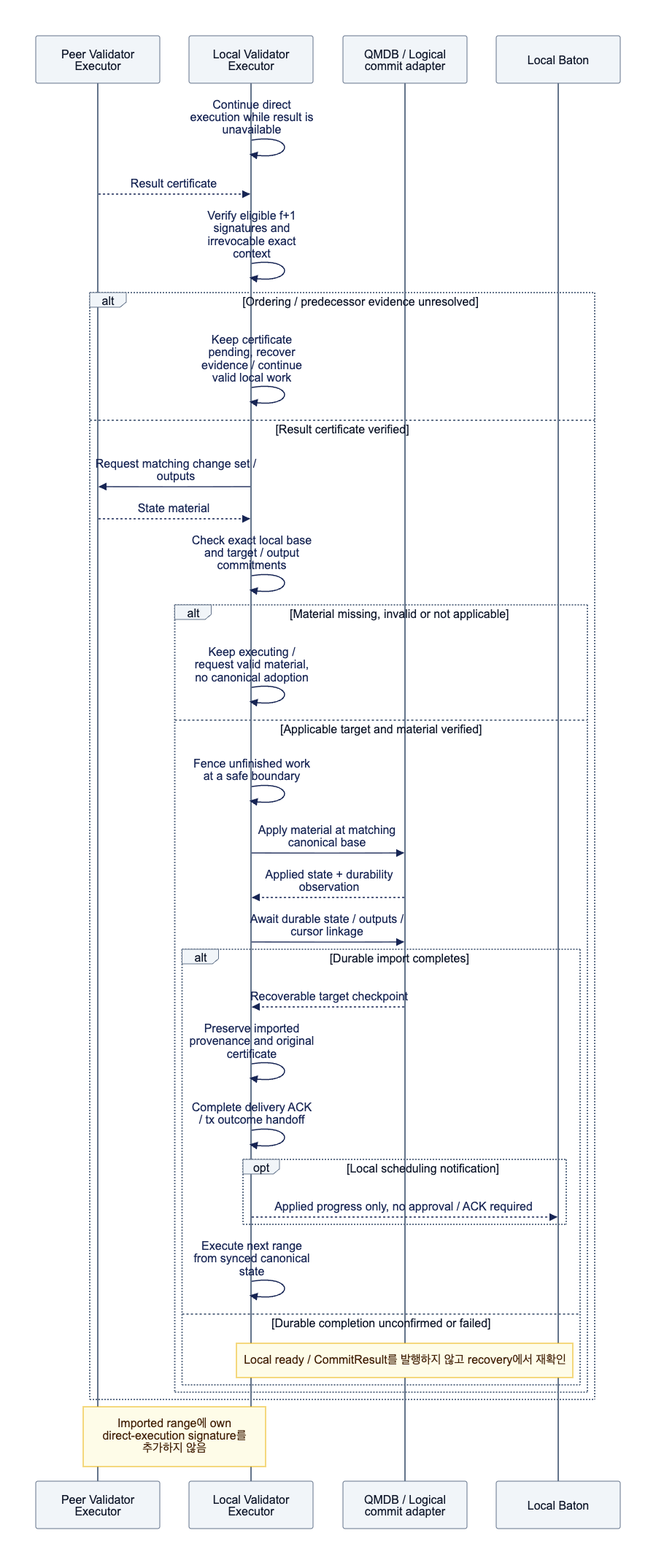
Before: docs/assets/diagrams/diagram-14.png, a diagram exported from Mermaid (djm07073/baton-research). Its source is kept beside it as docs/assets/diagrams/diagram-14.mmd. The source it was exported from:
```mermaid
sequenceDiagram
    participant P as Peer Validator Executor
    participant E as Local Validator Executor
    participant Q as QMDB / Logical commit adapter
    participant B as Local Baton
    E->>E: Continue direct execution while result is unavailable
    P-->>E: Result certificate
    E->>E: Verify eligible f+1 signatures and irrevocable exact context
    alt Ordering / predecessor evidence unresolved
        E->>E: Keep certificate pending, recover evidence / continue valid local work
    else Result certificate verified
        E->>P: Request matching change set / outputs
        P-->>E: State material
        E->>E: Check exact local base and target / output commitments
        alt Material missing, invalid or not applicable
            E->>E: Keep executing / request valid material, no canonical adoption
        else Applicable target and material verified
            E->>E: Fence unfinished work at a safe boundary
            E->>Q: Apply material at matching canonical base
            Q-->>E: Applied state + durability observation
            E->>Q: Await durable state / outputs / cursor linkage
            alt Durable import completes
                Q-->>E: Recoverable target checkpoint
                E->>E: Preserve imported provenance and original certificate
                E->>E: Complete delivery ACK / tx outcome handoff
                opt Local scheduling notification
                    E-->>B: Applied progress only, no approval / ACK required
                end
                E->>E: Execute next range from synced canonical state
            else Durable completion unconfirmed or failed
                Note over E,B: Local ready / CommitResult를 발행하지 않고 recovery에서 재확인
            end
        end
    end
    Note over P,E: Imported range에 own direct-execution signature를 추가하지 않음
```
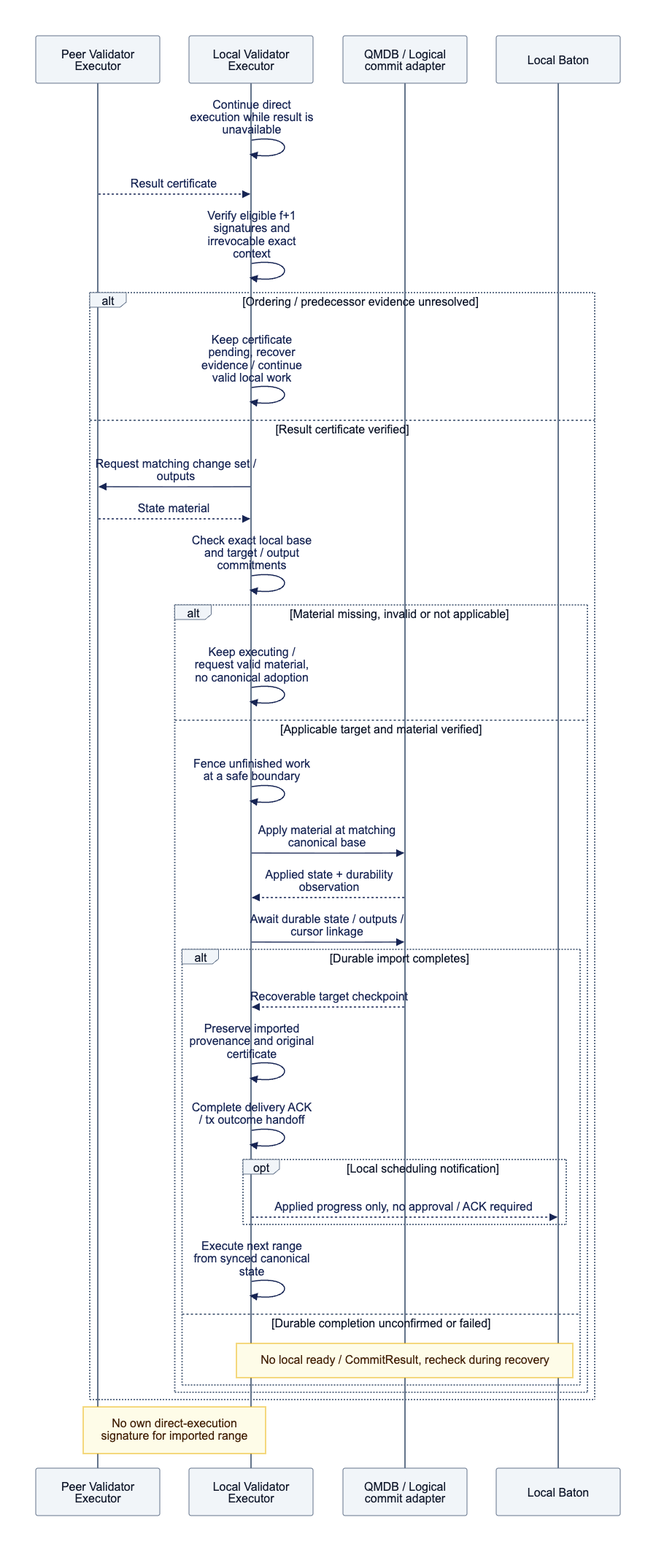
Above is the later version.

Change to the diagram source:
```diff
@@ -28,8 +28,8 @@
                 end
                 E->>E: Execute next range from synced canonical state
             else Durable completion unconfirmed or failed
-                Note over E,B: Local ready / CommitResult를 발행하지 않고 recovery에서 재확인
+                Note over E,B: No local ready / CommitResult, recheck during recovery
             end
         end
     end
-    Note over P,E: Imported range에 own direct-execution signature를 추가하지 않음
+    Note over P,E: No own direct-execution signature for imported range
```
